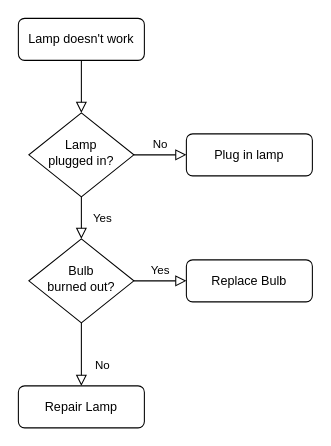
Above: database/Welfare Information Management System FlowChart.drawio in DevlanCodingPlayground/DevLan_Lite_Framework (draw.io), before the change. Source tidied: cells renumbered, new cells numbered last; positions are measured from the earlier drawing's top-left corner, leaving out a move shared by most shapes. Both pictures are drawn from the tidied source at 105%, with x=0, y=0 at pixel (18, 18).
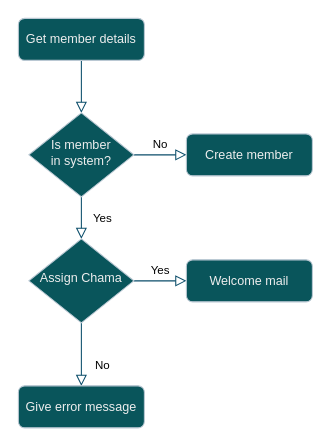
After the change.

What changed in the source:
```diff
@@
 <mxGraphModel>
   <root>
     <mxCell id="0" />
     <mxCell id="1" parent="0" />
-    <mxCell id="2" style="rounded=0;html=1;jettySize=auto;fontSize=11;endArrow=block;endFill=0;endSize=8;strokeWidth=1;shadow=0;labelBackgroundColor=none;edgeStyle=orthogonalEdgeStyle;" parent="1" edge="1" source="3" target="6">
+    <mxCell id="2" style="rounded=0;html=1;jettySize=auto;fontSize=11;endArrow=block;endFill=0;endSize=8;strokeWidth=1;shadow=0;labelBackgroundColor=none;edgeStyle=orthogonalEdgeStyle;strokeColor=#0B4D6A;fontColor=default;" parent="1" edge="1" source="3" target="6">
       <mxGeometry relative="1" as="geometry" />
     </mxCell>
-    <mxCell id="3" value="Lamp doesn't work" style="rounded=1;whiteSpace=wrap;html=1;fontSize=12;glass=0;strokeWidth=1;shadow=0;" parent="1" vertex="1">
+    <mxCell id="3" value="Get member details" style="rounded=1;whiteSpace=wrap;html=1;fontSize=12;glass=0;strokeWidth=1;shadow=0;labelBackgroundColor=none;fillColor=#09555B;strokeColor=#BAC8D3;fontColor=#EEEEEE;" parent="1" vertex="1">
       <mxGeometry width="120" height="40" as="geometry" />
     </mxCell>
-    <mxCell id="4" value="Yes" style="rounded=0;html=1;jettySize=auto;fontSize=11;endArrow=block;endFill=0;endSize=8;strokeWidth=1;shadow=0;labelBackgroundColor=none;edgeStyle=orthogonalEdgeStyle;" parent="1" edge="1" source="6" target="10">
+    <mxCell id="4" value="Yes" style="rounded=0;html=1;jettySize=auto;fontSize=11;endArrow=block;endFill=0;endSize=8;strokeWidth=1;shadow=0;labelBackgroundColor=none;edgeStyle=orthogonalEdgeStyle;strokeColor=#0B4D6A;fontColor=default;" parent="1" edge="1" source="6" target="10">
       <mxGeometry y="20" relative="1" as="geometry" />
     </mxCell>
-    <mxCell id="5" value="No" style="edgeStyle=orthogonalEdgeStyle;rounded=0;html=1;jettySize=auto;fontSize=11;endArrow=block;endFill=0;endSize=8;strokeWidth=1;shadow=0;labelBackgroundColor=none;" parent="1" edge="1" source="6" target="7">
+    <mxCell id="5" value="No" style="edgeStyle=orthogonalEdgeStyle;rounded=0;html=1;jettySize=auto;fontSize=11;endArrow=block;endFill=0;endSize=8;strokeWidth=1;shadow=0;labelBackgroundColor=none;strokeColor=#0B4D6A;fontColor=default;" parent="1" edge="1" source="6" target="7">
       <mxGeometry y="10" relative="1" as="geometry" />
     </mxCell>
-    <mxCell id="6" value="Lamp&lt;br&gt;plugged in?" style="rhombus;whiteSpace=wrap;html=1;shadow=0;fontFamily=Helvetica;fontSize=12;align=center;strokeWidth=1;spacing=6;spacingTop=-4;" parent="1" vertex="1">
+    <mxCell id="6" value="Is member&lt;br&gt;in system?" style="rhombus;whiteSpace=wrap;html=1;shadow=0;fontFamily=Helvetica;fontSize=12;align=center;strokeWidth=1;spacing=6;spacingTop=-4;labelBackgroundColor=none;fillColor=#09555B;strokeColor=#BAC8D3;fontColor=#EEEEEE;" parent="1" vertex="1">
       <mxGeometry x="10" y="90" width="100" height="80" as="geometry" />
     </mxCell>
-    <mxCell id="7" value="Plug in lamp" style="rounded=1;whiteSpace=wrap;html=1;fontSize=12;glass=0;strokeWidth=1;shadow=0;" parent="1" vertex="1">
+    <mxCell id="7" value="Create member" style="rounded=1;whiteSpace=wrap;html=1;fontSize=12;glass=0;strokeWidth=1;shadow=0;labelBackgroundColor=none;fillColor=#09555B;strokeColor=#BAC8D3;fontColor=#EEEEEE;" parent="1" vertex="1">
       <mxGeometry x="160" y="110" width="120" height="40" as="geometry" />
     </mxCell>
-    <mxCell id="8" value="No" style="rounded=0;html=1;jettySize=auto;fontSize=11;endArrow=block;endFill=0;endSize=8;strokeWidth=1;shadow=0;labelBackgroundColor=none;edgeStyle=orthogonalEdgeStyle;" parent="1" edge="1" source="10" target="11">
+    <mxCell id="8" value="No" style="rounded=0;html=1;jettySize=auto;fontSize=11;endArrow=block;endFill=0;endSize=8;strokeWidth=1;shadow=0;labelBackgroundColor=none;edgeStyle=orthogonalEdgeStyle;strokeColor=#0B4D6A;fontColor=default;" parent="1" edge="1" source="10" target="11">
       <mxGeometry x="0.33" y="20" relative="1" as="geometry" />
     </mxCell>
-    <mxCell id="9" value="Yes" style="edgeStyle=orthogonalEdgeStyle;rounded=0;html=1;jettySize=auto;fontSize=11;endArrow=block;endFill=0;endSize=8;strokeWidth=1;shadow=0;labelBackgroundColor=none;" parent="1" edge="1" source="10" target="12">
+    <mxCell id="9" value="Yes" style="edgeStyle=orthogonalEdgeStyle;rounded=0;html=1;jettySize=auto;fontSize=11;endArrow=block;endFill=0;endSize=8;strokeWidth=1;shadow=0;labelBackgroundColor=none;strokeColor=#0B4D6A;fontColor=default;" parent="1" edge="1" source="10" target="12">
       <mxGeometry y="10" relative="1" as="geometry" />
     </mxCell>
-    <mxCell id="10" value="Bulb&lt;br&gt;burned out?" style="rhombus;whiteSpace=wrap;html=1;shadow=0;fontFamily=Helvetica;fontSize=12;align=center;strokeWidth=1;spacing=6;spacingTop=-4;" parent="1" vertex="1">
+    <mxCell id="10" value="Assign Chama" style="rhombus;whiteSpace=wrap;html=1;shadow=0;fontFamily=Helvetica;fontSize=12;align=center;strokeWidth=1;spacing=6;spacingTop=-4;labelBackgroundColor=none;fillColor=#09555B;strokeColor=#BAC8D3;fontColor=#EEEEEE;" parent="1" vertex="1">
       <mxGeometry x="10" y="210" width="100" height="80" as="geometry" />
     </mxCell>
-    <mxCell id="11" value="Repair Lamp" style="rounded=1;whiteSpace=wrap;html=1;fontSize=12;glass=0;strokeWidth=1;shadow=0;" parent="1" vertex="1">
+    <mxCell id="11" value="Give error message" style="rounded=1;whiteSpace=wrap;html=1;fontSize=12;glass=0;strokeWidth=1;shadow=0;labelBackgroundColor=none;fillColor=#09555B;strokeColor=#BAC8D3;fontColor=#EEEEEE;" parent="1" vertex="1">
       <mxGeometry y="350" width="120" height="40" as="geometry" />
     </mxCell>
-    <mxCell id="12" value="Replace Bulb" style="rounded=1;whiteSpace=wrap;html=1;fontSize=12;glass=0;strokeWidth=1;shadow=0;" parent="1" vertex="1">
+    <mxCell id="12" value="Welcome mail" style="rounded=1;whiteSpace=wrap;html=1;fontSize=12;glass=0;strokeWidth=1;shadow=0;labelBackgroundColor=none;fillColor=#09555B;strokeColor=#BAC8D3;fontColor=#EEEEEE;" parent="1" vertex="1">
       <mxGeometry x="160" y="230" width="120" height="40" as="geometry" />
     </mxCell>
   </root>
 </mxGraphModel>
```
